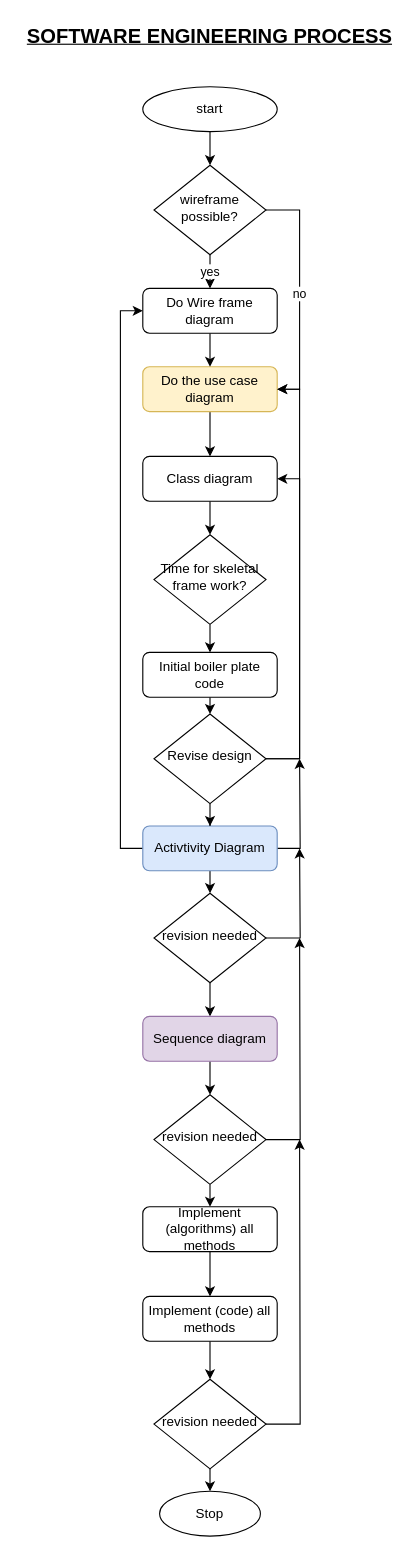
The draw.io diagram schema/software engineering.drawio in deeperj/rust, before the edit. Source tidied: cells renumbered, new cells numbered last; positions are measured from the earlier drawing's top-left corner, leaving out a move shared by most shapes. Both pictures are drawn from the tidied source at 112%, with x=0, y=0 at pixel (19, 19).
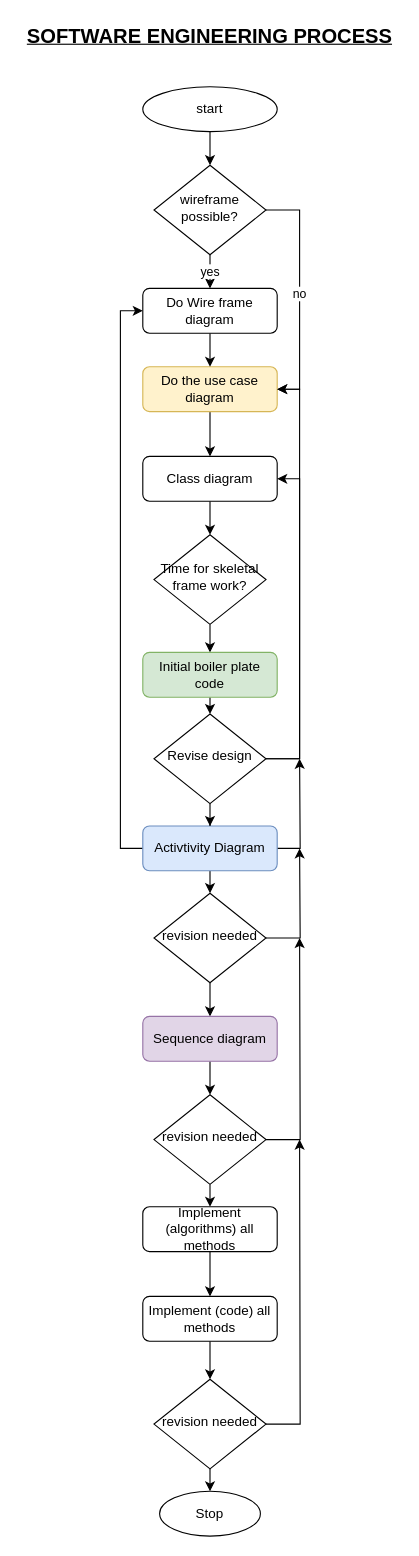
After the change.

Change to the diagram source:
```diff
@@
-    <mxCell id="16" value="Initial boiler plate code" style="rounded=1;whiteSpace=wrap;html=1;fontSize=12;glass=0;strokeWidth=1;shadow=0;" parent="1" vertex="1">
+    <mxCell id="16" value="Initial boiler plate code" style="rounded=1;whiteSpace=wrap;html=1;fontSize=12;glass=0;strokeWidth=1;shadow=0;fillColor=#d5e8d4;strokeColor=#82b366;" parent="1" vertex="1">
       <mxGeometry x="110" y="565" width="120" height="40" as="geometry" />
     </mxCell>
```
